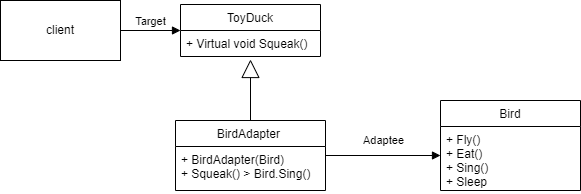
This is 12/BirdAdapter.png from TungAlter/team12-hcmus-research-project, a draw.io export, as it was before one commit. Source tidied: cells renumbered, new cells last; positions are measured from the earlier drawing's top-left corner, leaving out a move shared by most shapes.
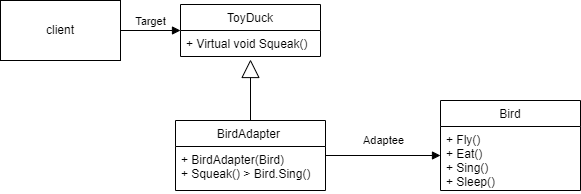
After the change.

The edit, as a diff of the source:
```diff
@@ -26,7 +26,7 @@
     <mxCell id="9" value="Bird" style="swimlane;fontStyle=0;horizontal=1;startSize=26;fillColor=none;" parent="1" vertex="1">
       <mxGeometry x="440" y="100" width="140" height="90" as="geometry" />
     </mxCell>
-    <mxCell id="10" value="+ Fly()&#10;+ Eat()&#10;+ Sing()&#10;+ Sleep" style="text;strokeColor=none;fillColor=none;align=left;verticalAlign=top;spacingLeft=4;spacingRight=4;overflow=hidden;" parent="9" vertex="1">
+    <mxCell id="10" value="+ Fly()&#10;+ Eat()&#10;+ Sing()&#10;+ Sleep()" style="text;strokeColor=none;fillColor=none;align=left;verticalAlign=top;spacingLeft=4;spacingRight=4;overflow=hidden;" parent="9" vertex="1">
       <mxGeometry y="26" width="140" height="64" as="geometry" />
     </mxCell>
     <mxCell id="11" value="Adaptee" style="html=1;verticalAlign=bottom;endArrow=block;rounded=0;exitX=1;exitY=0.5;exitDx=0;exitDy=0;" parent="1" edge="1" source="6">
```
